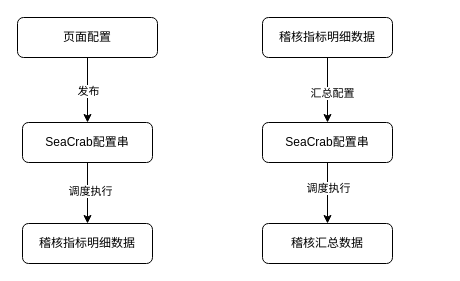
Before: page "采集稽核" (10 of 10) of dame2024/未命名绘图.drawio in zcw5116/drawIO, a draw.io diagram. Source tidied: cells renumbered, new cells numbered last; positions are measured from the earlier drawing's top-left corner, leaving out a move shared by most shapes. Both pictures are drawn from the tidied source at 100%, with x=0, y=0 at pixel (17, 17).
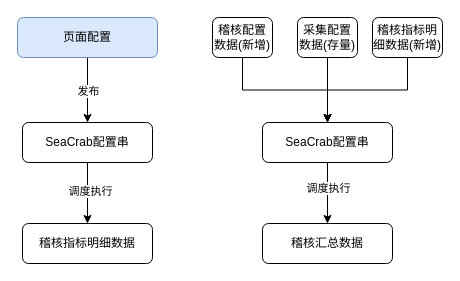
Above is the later version.

Commit message:
更新未命名绘图.drawio

Diff of the diagram source:
```diff
@@
 <mxGraphModel>
   <root>
     <mxCell id="0" />
     <mxCell id="1" parent="0" />
     <mxCell id="2" style="edgeStyle=orthogonalEdgeStyle;rounded=0;jettySize=auto;html=1;" parent="1" edge="1" source="4" target="7">
       <mxGeometry relative="1" as="geometry" />
     </mxCell>
     <mxCell id="3" value="发布" style="edgeLabel;html=1;align=center;verticalAlign=middle;" parent="2" vertex="1">
       <mxGeometry x="0.03" relative="1" as="geometry" />
     </mxCell>
-    <mxCell id="4" value="页面配置" style="rounded=1;whiteSpace=wrap;html=1;" parent="1" vertex="1">
+    <mxCell id="4" value="页面配置" style="rounded=1;whiteSpace=wrap;html=1;fillColor=#dae8fc;strokeColor=#6c8ebf;" parent="1" vertex="1">
       <mxGeometry width="140" height="40" as="geometry" />
     </mxCell>
     <mxCell id="5" style="edgeStyle=orthogonalEdgeStyle;rounded=0;jettySize=auto;html=1;" parent="1" edge="1" source="7" target="8">
       <mxGeometry relative="1" as="geometry" />
     </mxCell>
     <mxCell id="6" value="调度执行" style="edgeLabel;html=1;align=center;verticalAlign=middle;" parent="5" vertex="1">
       <mxGeometry x="-0.09" y="2" relative="1" as="geometry" />
     </mxCell>
     <mxCell id="7" value="SeaCrab配置串" style="rounded=1;whiteSpace=wrap;html=1;" parent="1" vertex="1">
       <mxGeometry x="5" y="105" width="130" height="40" as="geometry" />
     </mxCell>
     <mxCell id="8" value="稽核指标明细数据" style="rounded=1;whiteSpace=wrap;html=1;" parent="1" vertex="1">
       <mxGeometry x="5" y="206" width="130" height="40" as="geometry" />
     </mxCell>
-    <mxCell id="9" style="edgeStyle=orthogonalEdgeStyle;rounded=0;jettySize=auto;html=1;entryX=0.5;entryY=0;entryDx=0;entryDy=0;" parent="1" edge="1" source="11" target="14">
-      <mxGeometry relative="1" as="geometry" />
-    </mxCell>
-    <mxCell id="10" value="汇总配置" style="edgeLabel;html=1;align=center;verticalAlign=middle;" parent="9" vertex="1">
-      <mxGeometry x="0.07" y="4" relative="1" as="geometry" />
-    </mxCell>
-    <mxCell id="11" value="稽核指标明细数据" style="rounded=1;whiteSpace=wrap;html=1;" parent="1" vertex="1">
-      <mxGeometry x="245" width="130" height="40" as="geometry" />
-    </mxCell>
     <mxCell id="12" style="edgeStyle=orthogonalEdgeStyle;rounded=0;jettySize=auto;html=1;entryX=0.5;entryY=0;entryDx=0;entryDy=0;" parent="1" edge="1" source="14" target="15">
       <mxGeometry relative="1" as="geometry" />
     </mxCell>
     <mxCell id="13" value="调度执行" style="edgeLabel;html=1;align=center;verticalAlign=middle;" parent="12" vertex="1">
       <mxGeometry x="-0.19" relative="1" as="geometry" />
     </mxCell>
     <mxCell id="14" value="SeaCrab配置串" style="rounded=1;whiteSpace=wrap;html=1;" parent="1" vertex="1">
       <mxGeometry x="245" y="105" width="130" height="40" as="geometry" />
     </mxCell>
     <mxCell id="15" value="稽核汇总数据" style="rounded=1;whiteSpace=wrap;html=1;" parent="1" vertex="1">
       <mxGeometry x="245" y="206" width="130" height="40" as="geometry" />
     </mxCell>
+    <mxCell id="16" style="edgeStyle=orthogonalEdgeStyle;rounded=0;jettySize=auto;html=1;" parent="1" edge="1" source="17" target="14">
+      <mxGeometry relative="1" as="geometry" />
+    </mxCell>
+    <mxCell id="17" value="稽核配置数据(新增)" style="rounded=1;whiteSpace=wrap;html=1;" parent="1" vertex="1">
+      <mxGeometry x="195" width="60" height="40" as="geometry" />
+    </mxCell>
+    <mxCell id="18" style="edgeStyle=orthogonalEdgeStyle;rounded=0;jettySize=auto;html=1;entryX=0.5;entryY=0;entryDx=0;entryDy=0;" parent="1" edge="1" source="19" target="14">
+      <mxGeometry relative="1" as="geometry" />
+    </mxCell>
+    <mxCell id="19" value="稽核指标明细数据(新增)" style="rounded=1;whiteSpace=wrap;html=1;" parent="1" vertex="1">
+      <mxGeometry x="355" width="70" height="40" as="geometry" />
+    </mxCell>
+    <mxCell id="20" style="edgeStyle=orthogonalEdgeStyle;rounded=0;jettySize=auto;html=1;entryX=0.5;entryY=0;entryDx=0;entryDy=0;" parent="1" edge="1" source="21" target="14">
+      <mxGeometry relative="1" as="geometry" />
+    </mxCell>
+    <mxCell id="21" value="采集配置数据(存量)" style="rounded=1;whiteSpace=wrap;html=1;" parent="1" vertex="1">
+      <mxGeometry x="280" width="60" height="40" as="geometry" />
+    </mxCell>
   </root>
 </mxGraphModel>
```
